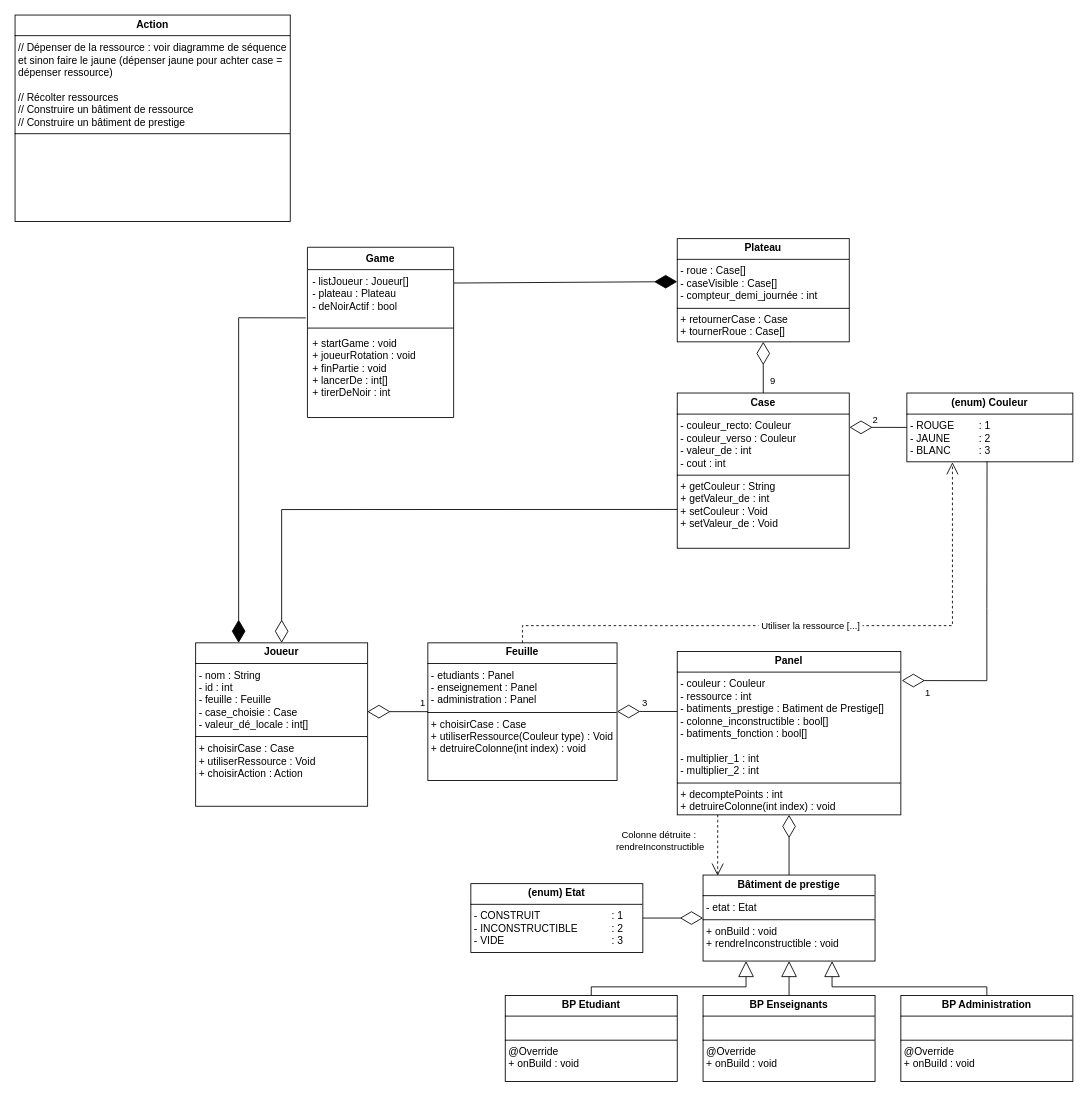
Before: diagrammeClassTroyes-Dice.drawio in AntoineMilochevitch/Troyes-Dice, a draw.io diagram. Source tidied: cells renumbered, new cells numbered last; positions are measured from the earlier drawing's top-left corner, leaving out a move shared by most shapes. Both pictures are drawn from the tidied source at 86%, with x=0, y=0 at pixel (15, 15).
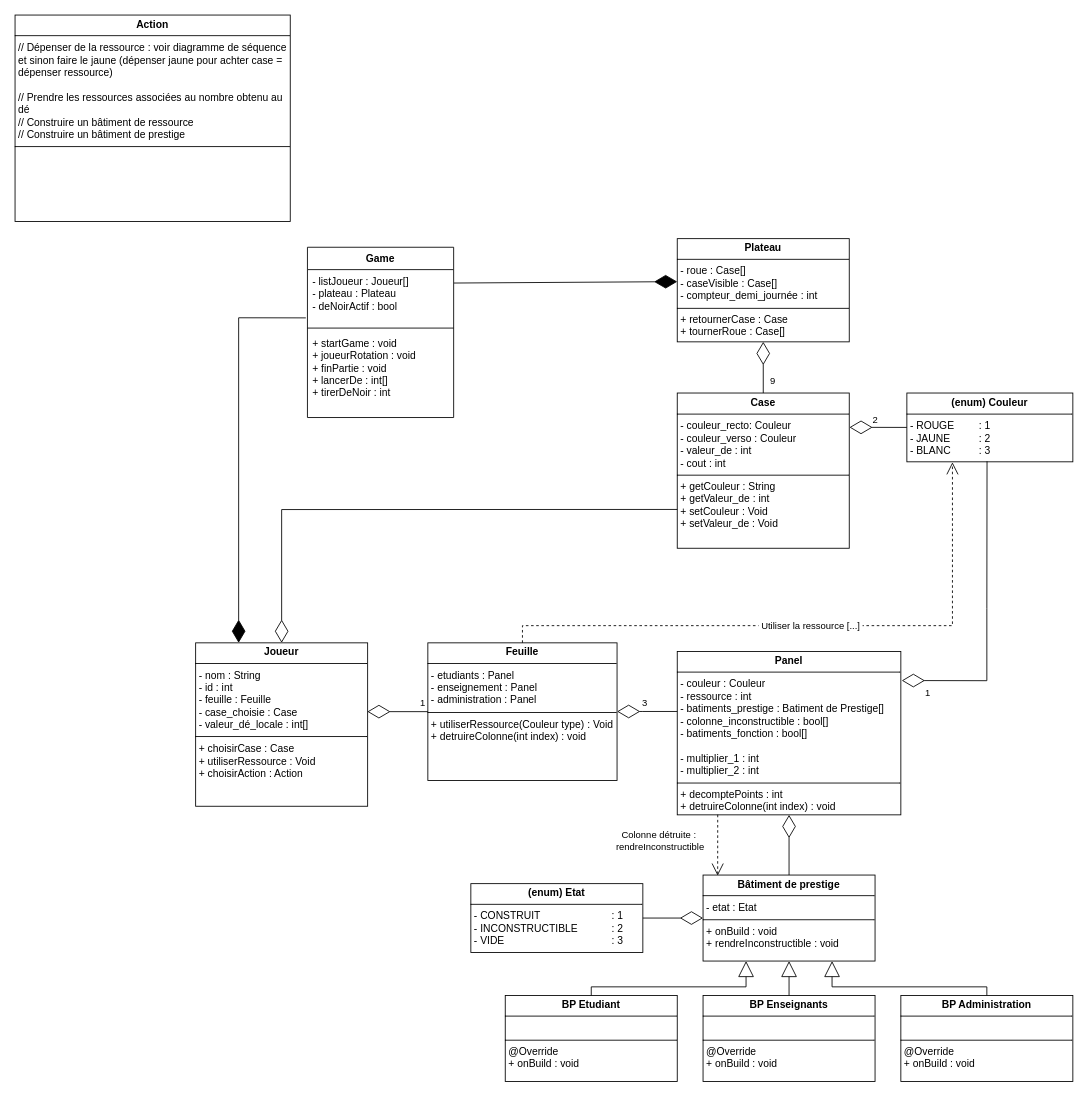
The same diagram, later.

Commit message:
Mettre à jour diagrammeClassTroyes-Dice.drawio

Change to the diagram source:
```diff
@@
-    <mxCell id="3" value="&lt;p style=&quot;margin:0px;margin-top:4px;text-align:center;&quot;&gt;&lt;b&gt;Action&lt;/b&gt;&lt;/p&gt;&lt;hr size=&quot;1&quot; style=&quot;border-style:solid;&quot;&gt;&lt;p style=&quot;margin:0px;margin-left:4px;&quot;&gt;// Dépenser de la ressource : voir diagramme de séquence et sinon faire le jaune (dépenser jaune pour achter case = dépenser ressource)&lt;/p&gt;&lt;p style=&quot;margin:0px;margin-left:4px;&quot;&gt;&lt;br&gt;&lt;/p&gt;&lt;p style=&quot;margin:0px;margin-left:4px;&quot;&gt;// Récolter ressources&lt;/p&gt;&lt;p style=&quot;margin:0px;margin-left:4px;&quot;&gt;// Construire un bâtiment de ressource&lt;/p&gt;&lt;p style=&quot;margin:0px;margin-left:4px;&quot;&gt;// Construire un bâtiment de prestige&lt;/p&gt;&lt;hr size=&quot;1&quot; style=&quot;border-style:solid;&quot;&gt;&lt;p style=&quot;margin:0px;margin-left:4px;&quot;&gt;&lt;br&gt;&lt;/p&gt;" style="verticalAlign=top;align=left;overflow=fill;html=1;whiteSpace=wrap;" parent="1" vertex="1">
+    <mxCell id="3" value="&lt;p style=&quot;margin:0px;margin-top:4px;text-align:center;&quot;&gt;&lt;b&gt;Action&lt;/b&gt;&lt;/p&gt;&lt;hr size=&quot;1&quot; style=&quot;border-style:solid;&quot;&gt;&lt;p style=&quot;margin:0px;margin-left:4px;&quot;&gt;// Dépenser de la ressource : voir diagramme de séquence et sinon faire le jaune (dépenser jaune pour achter case = dépenser ressource)&lt;/p&gt;&lt;p style=&quot;margin:0px;margin-left:4px;&quot;&gt;&lt;br&gt;&lt;/p&gt;&lt;p style=&quot;margin:0px;margin-left:4px;&quot;&gt;// Prendre les ressources associées au nombre obtenu au dé&lt;/p&gt;&lt;p style=&quot;margin:0px;margin-left:4px;&quot;&gt;// Construire un bâtiment de ressource&lt;/p&gt;&lt;p style=&quot;margin:0px;margin-left:4px;&quot;&gt;// Construire un bâtiment de prestige&lt;/p&gt;&lt;hr size=&quot;1&quot; style=&quot;border-style:solid;&quot;&gt;&lt;p style=&quot;margin:0px;margin-left:4px;&quot;&gt;&lt;br&gt;&lt;/p&gt;" style="verticalAlign=top;align=left;overflow=fill;html=1;whiteSpace=wrap;" parent="1" vertex="1">
       <mxGeometry width="320" height="240" as="geometry" />
     </mxCell>
-    <mxCell id="4" value="&lt;p style=&quot;margin:0px;margin-top:4px;text-align:center;&quot;&gt;&lt;b&gt;Feuille&lt;/b&gt;&lt;/p&gt;&lt;hr size=&quot;1&quot; style=&quot;border-style:solid;&quot;&gt;&lt;p style=&quot;margin: 0px 0px 0px 4px;&quot;&gt;- etudiants : Panel&lt;/p&gt;&lt;p style=&quot;margin: 0px 0px 0px 4px;&quot;&gt;- enseignement : Panel&lt;/p&gt;&lt;p style=&quot;margin: 0px 0px 0px 4px;&quot;&gt;- administration : Panel&lt;/p&gt;&lt;hr size=&quot;1&quot; style=&quot;border-style:solid;&quot;&gt;&lt;p style=&quot;margin:0px;margin-left:4px;&quot;&gt;&lt;span style=&quot;background-color: initial;&quot;&gt;+ choisirCase : Case&lt;/span&gt;&lt;/p&gt;&lt;p style=&quot;margin:0px;margin-left:4px;&quot;&gt;+ utiliserRessource(Couleur type) : Void&lt;/p&gt;&lt;p style=&quot;margin:0px;margin-left:4px;&quot;&gt;+ detruireColonne(int index) : void&lt;/p&gt;" style="verticalAlign=top;align=left;overflow=fill;html=1;whiteSpace=wrap;" parent="1" vertex="1">
+    <mxCell id="4" value="&lt;p style=&quot;margin:0px;margin-top:4px;text-align:center;&quot;&gt;&lt;b&gt;Feuille&lt;/b&gt;&lt;/p&gt;&lt;hr size=&quot;1&quot; style=&quot;border-style:solid;&quot;&gt;&lt;p style=&quot;margin: 0px 0px 0px 4px;&quot;&gt;- etudiants : Panel&lt;/p&gt;&lt;p style=&quot;margin: 0px 0px 0px 4px;&quot;&gt;- enseignement : Panel&lt;/p&gt;&lt;p style=&quot;margin: 0px 0px 0px 4px;&quot;&gt;- administration : Panel&lt;/p&gt;&lt;hr size=&quot;1&quot; style=&quot;border-style:solid;&quot;&gt;&lt;p style=&quot;margin:0px;margin-left:4px;&quot;&gt;&lt;span style=&quot;background-color: initial;&quot;&gt;+ utiliserRessource(Couleur type) : Void&lt;/span&gt;&lt;/p&gt;&lt;p style=&quot;margin:0px;margin-left:4px;&quot;&gt;+ detruireColonne(int index) : void&lt;/p&gt;" style="verticalAlign=top;align=left;overflow=fill;html=1;whiteSpace=wrap;" parent="1" vertex="1">
       <mxGeometry x="480" y="730" width="220" height="160" as="geometry" />
     </mxCell>
```
